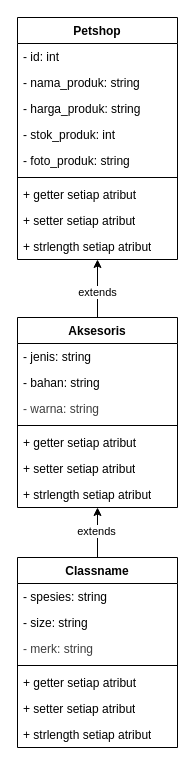
Earlier version of the draw.io diagram Diagram.drawio (putrahadiyanto/TP2DPBO2025C1). Source tidied: cells renumbered, new cells numbered last; positions are measured from the earlier drawing's top-left corner, leaving out a move shared by most shapes. Both pictures are drawn from the tidied source at 100%, with x=0, y=0 at pixel (17, 17).
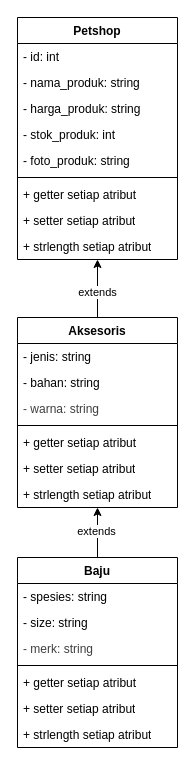
After the change.

Commit message (it also covers changes not shown here):
Ganti Foto Diagram.jpg dan edit readme biar diagram center

Change to the diagram source:
```diff
@@
-    <mxCell id="24" value="Classname" style="swimlane;fontStyle=1;align=center;verticalAlign=top;horizontal=1;startSize=26;whiteSpace=wrap;html=1;" parent="1" vertex="1">
+    <mxCell id="24" value="Baju" style="swimlane;fontStyle=1;align=center;verticalAlign=top;horizontal=1;startSize=26;whiteSpace=wrap;html=1;" parent="1" vertex="1">
       <mxGeometry y="540" width="160" height="190" as="geometry" />
     </mxCell>
```
